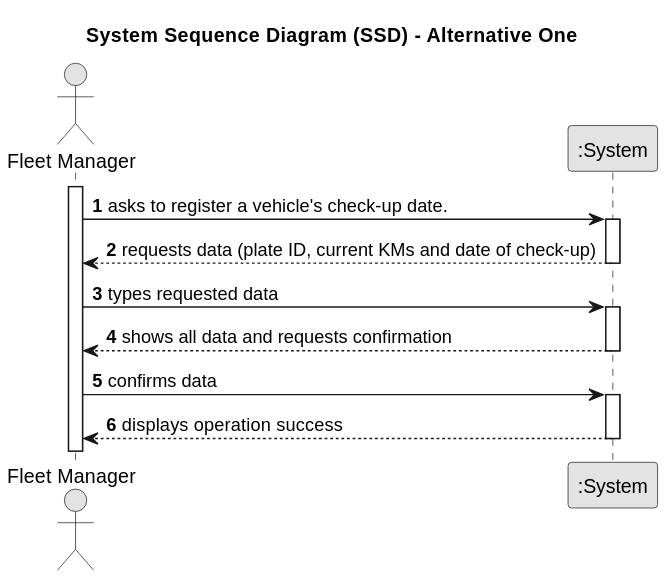
Above: docs/sprint2/us007/01.requirements-engineering/svg/us007-system-sequence-diagram-alternative-one.svg in tiagosoa/lei-24-s2-1dgh-g073 (PlantUML), before the change.
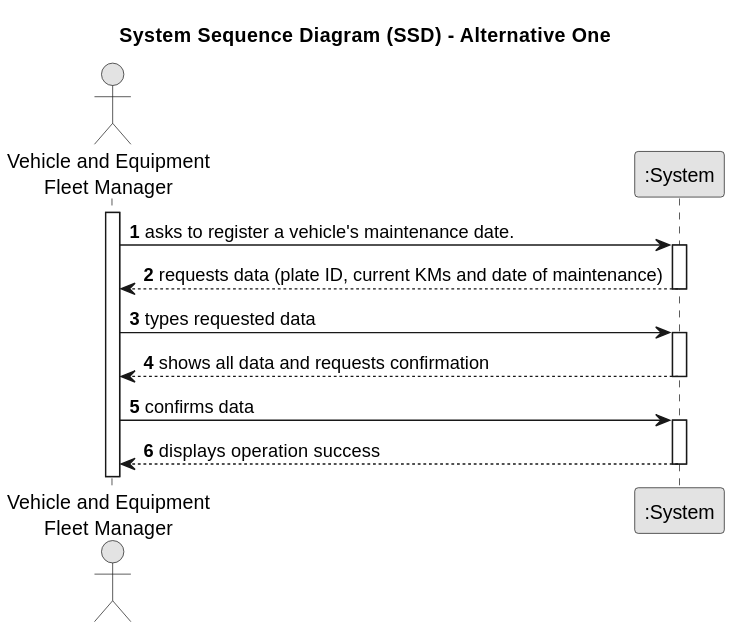
The same file after the commit.

The edit, as a diff of the source:
```diff
@@ -7,15 +7,15 @@
 
 autonumber
 
-actor "Fleet Manager" as Employee
+actor "Vehicle and Equipment\nFleet Manager" as Employee
 participant ":System" as System
 
 activate Employee
 
-    Employee -> System : asks to register a vehicle's check-up date.
+    Employee -> System : asks to register a vehicle's maintenance date.
     activate System
 
-        System --> Employee : requests data (plate ID, current KMs and date of check-up)
+        System --> Employee : requests data (plate ID, current KMs and date of maintenance)
     deactivate System
 
     Employee -> System : types requested data
```
